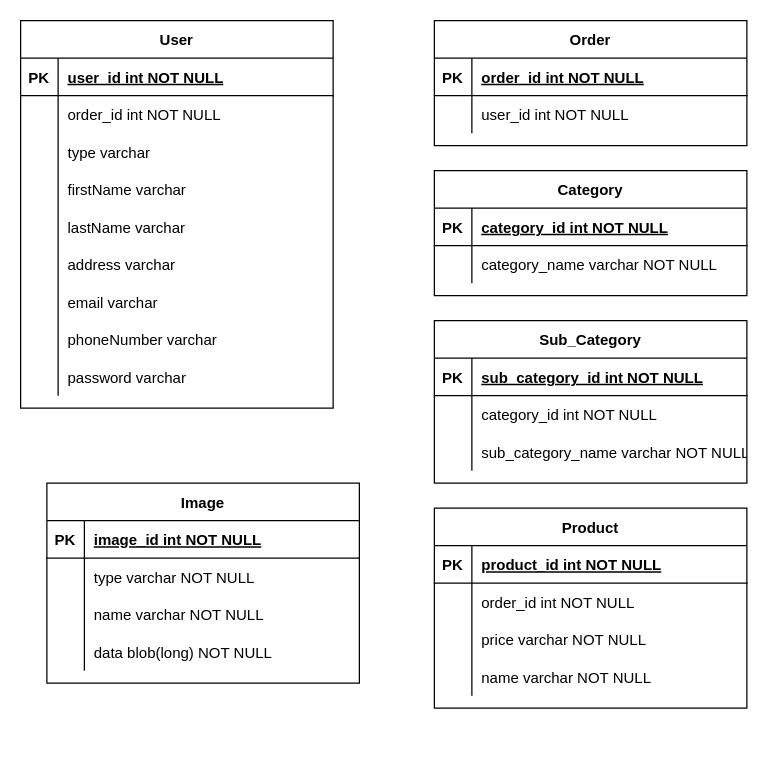
Before: Biểu đồ không có tiêu đề.drawio in TrellixVulnTeam/lenleys_server_D82R, a draw.io diagram. Source tidied: cells renumbered, new cells numbered last; positions are measured from the earlier drawing's top-left corner, leaving out a move shared by most shapes. Both pictures are drawn from the tidied source at 125%, with x=0, y=0 at pixel (20, 20).
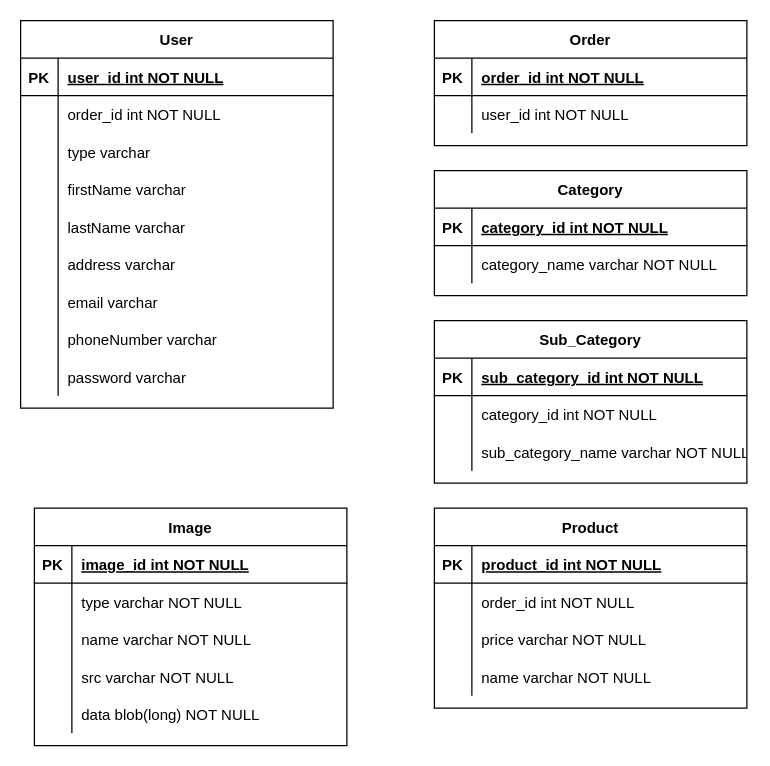
After the change.

Commit message:
lenleys_database_updated 17/09/2022.drawio

The edit, as a diff of the source:
```diff
@@
     <mxCell id="67" value="Image" style="shape=table;startSize=30;childLayout=tableLayout;rowLines=0;fontStyle=1;align=center;" parent="1" vertex="1">
-      <mxGeometry x="21" y="370" width="250" height="160" as="geometry" />
+      <mxGeometry x="11" y="390" width="250" height="190" as="geometry" />
     </mxCell>
@@
+    <mxCell id="80" style="shape=partialRectangle;fillColor=none;top=0;left=0;right=0;bottom=0;" parent="67" vertex="1">
+      <mxGeometry y="120" width="250" height="30" as="geometry" />
+    </mxCell>
+    <mxCell id="81" style="shape=partialRectangle;overflow=hidden;fillColor=none;top=0;left=0;bottom=0;right=0;" parent="80" vertex="1">
+      <mxGeometry width="30" height="30" as="geometry" />
+    </mxCell>
+    <mxCell id="82" value="src varchar NOT NULL" style="shape=partialRectangle;overflow=hidden;fillColor=none;top=0;left=0;bottom=0;right=0;align=left;spacingLeft=6;" parent="80" vertex="1">
+      <mxGeometry x="30" width="220" height="30" as="geometry" />
+    </mxCell>
     <mxCell id="77" style="shape=partialRectangle;fillColor=none;top=0;left=0;right=0;bottom=0;" parent="67" vertex="1">
-      <mxGeometry y="120" width="250" height="30" as="geometry" />
+      <mxGeometry y="150" width="250" height="30" as="geometry" />
     </mxCell>
```
